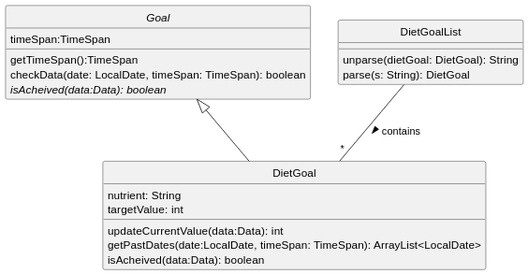
Before: docs/images/DietGoalClassDiagram.svg, a diagram exported from PlantUML (AY2324S1-CS2113-T17-1/tp).
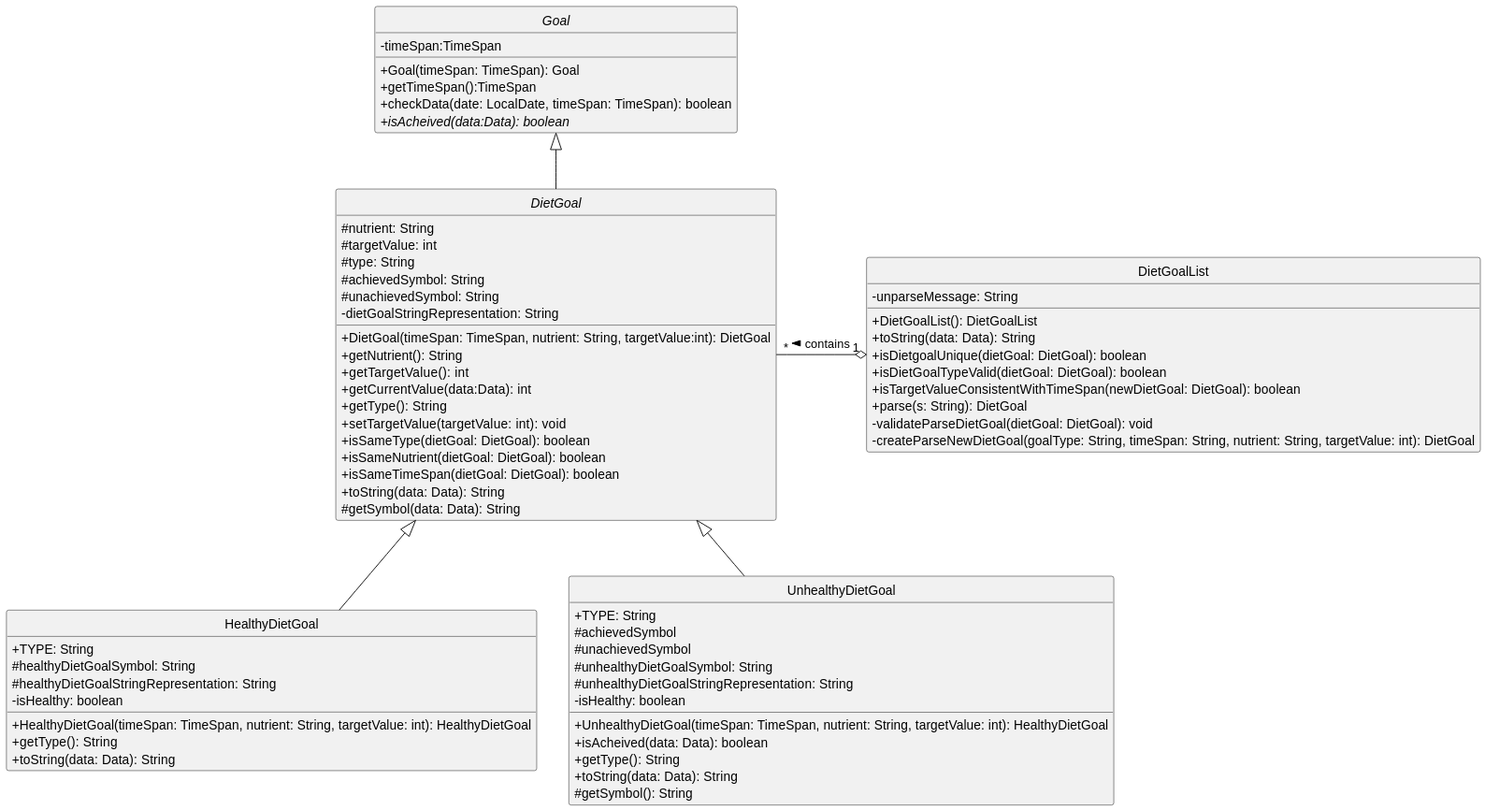
The same file after the commit.

Commit message:
Update DG for main class diagram and diet goal diagrams

Diff of the diagram source:
```diff
@@ -1,30 +1,78 @@
 @startuml
-
+skinparam classAttributeIconSize 0
 hide circle
 
 abstract class Goal{
-    timeSpan:TimeSpan
-    getTimeSpan():TimeSpan
-    checkData(date: LocalDate, timeSpan: TimeSpan): boolean
-    {abstract} isAcheived(data:Data): boolean
+    - timeSpan:TimeSpan
+    + Goal(timeSpan: TimeSpan): Goal
+    + getTimeSpan():TimeSpan
+    + checkData(date: LocalDate, timeSpan: TimeSpan): boolean
+    + {abstract} isAcheived(data:Data): boolean
 
 }
 
-class DietGoal{
-    nutrient: String
-    targetValue: int
-    updateCurrentValue(data:Data): int
-    getPastDates(date:LocalDate, timeSpan: TimeSpan): ArrayList<LocalDate>
-    isAcheived(data:Data): boolean
+abstract class DietGoal{
+    # nutrient: String
+    # targetValue: int
+    # type: String
+    # achievedSymbol: String
+    # unachievedSymbol: String
+    - dietGoalStringRepresentation: String
+    + DietGoal(timeSpan: TimeSpan, nutrient: String, targetValue:int): DietGoal
+    + getNutrient(): String
+    + getTargetValue(): int
+    + getCurrentValue(data:Data): int
+    + getType(): String
+    + setTargetValue(targetValue: int): void
+    + isSameType(dietGoal: DietGoal): boolean
+    + isSameNutrient(dietGoal: DietGoal): boolean
+    + isSameTimeSpan(dietGoal: DietGoal): boolean
+    + toString(data: Data): String
+    # getSymbol(data: Data): String
+}
+
+class HealthyDietGoal{
+    + TYPE: String
+    # healthyDietGoalSymbol: String
+    # healthyDietGoalStringRepresentation: String
+    - isHealthy: boolean
+    + HealthyDietGoal(timeSpan: TimeSpan, nutrient: String, targetValue: int): HealthyDietGoal
+    + getType(): String
+    + toString(data: Data): String
+}
+
+class UnhealthyDietGoal{
+    + TYPE: String
+    # achievedSymbol
+    # unachievedSymbol
+    # unhealthyDietGoalSymbol: String
+    # unhealthyDietGoalStringRepresentation: String
+    - isHealthy: boolean
+    + UnhealthyDietGoal(timeSpan: TimeSpan, nutrient: String, targetValue: int): HealthyDietGoal
+    + isAcheived(data: Data): boolean
+    + getType(): String
+    + toString(data: Data): String
+    # getSymbol(): String
+
 }
 
 class DietGoalList{
-    unparse(dietGoal: DietGoal): String
-    parse(s: String): DietGoal
+    - unparseMessage: String
+    + DietGoalList(): DietGoalList
+    + toString(data: Data): String
+    + isDietgoalUnique(dietGoal: DietGoal): boolean
+    + isDietGoalTypeValid(dietGoal: DietGoal): boolean
+    + isTargetValueConsistentWithTimeSpan(newDietGoal: DietGoal): boolean
+    + parse(s: String): DietGoal
+    - validateParseDietGoal(dietGoal: DietGoal): void
+    - createParseNewDietGoal(goalType: String, timeSpan: String, nutrient: String, targetValue: int): DietGoal
+
 
 }
 
 
 Goal <|-- DietGoal
-DietGoalList -- "*" DietGoal :contains >
+DietGoal <|-- HealthyDietGoal
+DietGoal <|-- UnhealthyDietGoal
+DietGoalList "1" o-l- "*" DietGoal :contains >
 @enduml
```
